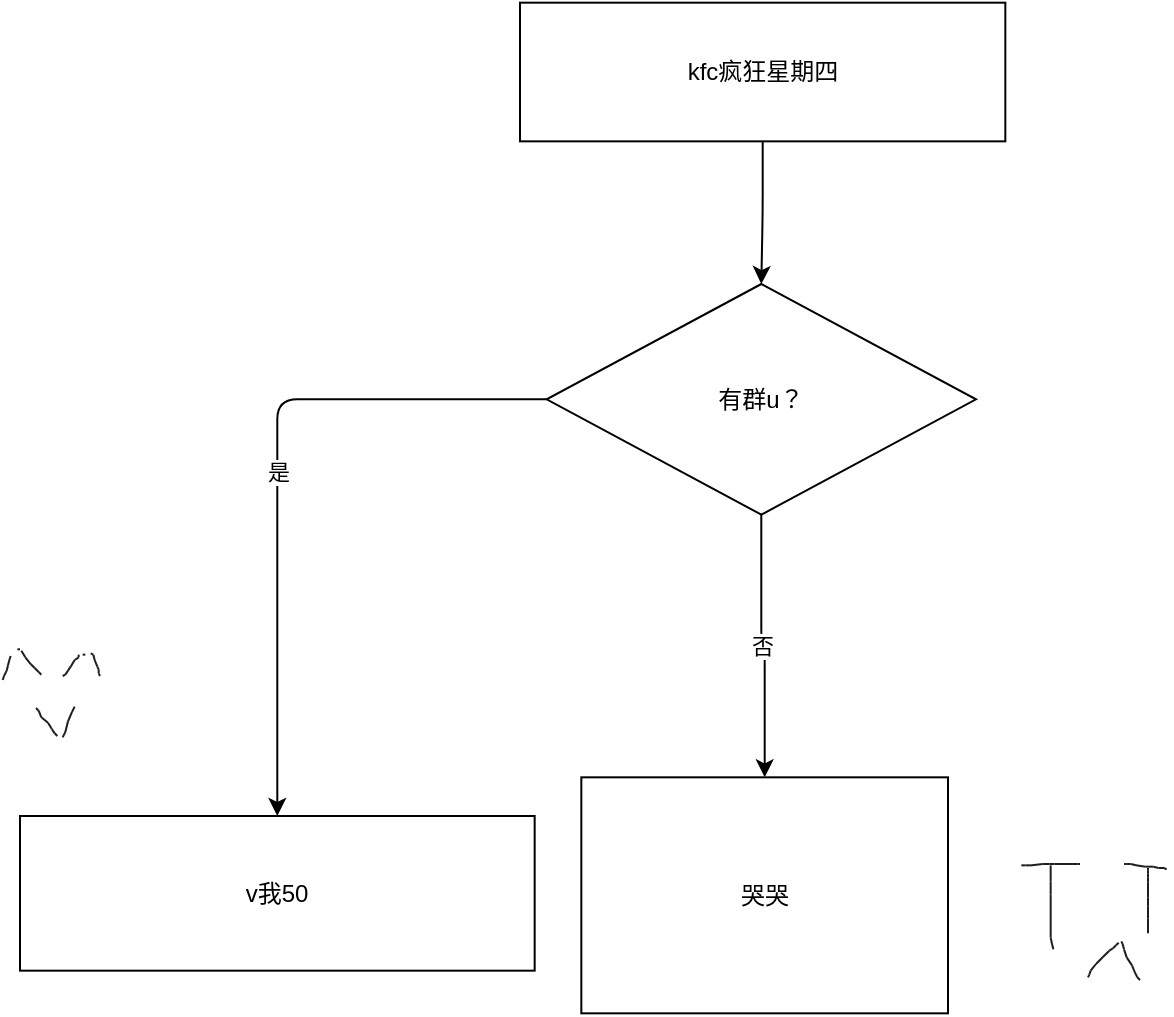
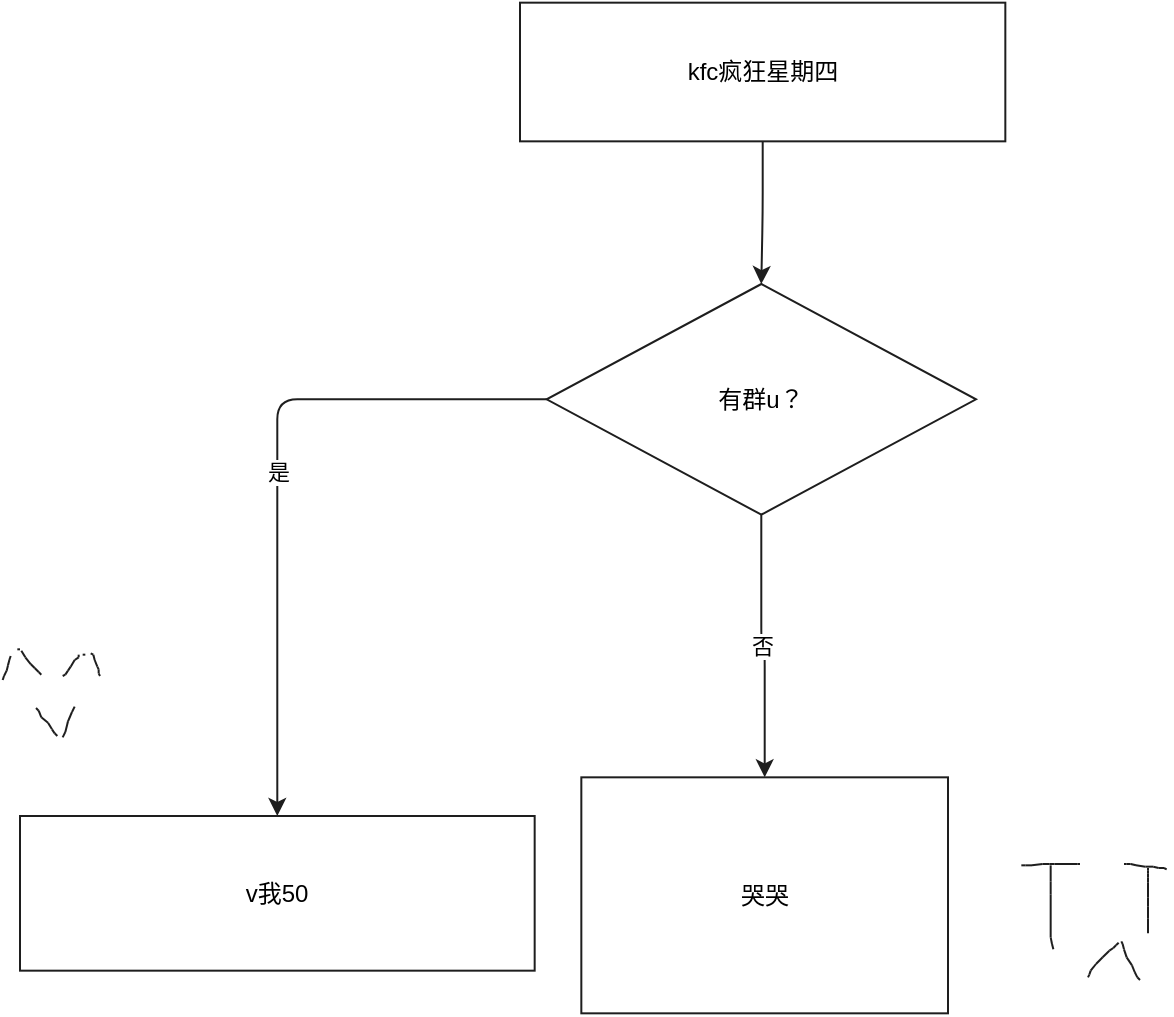
<mxfile host="graphmcp" agent="graphmcp/1.0" type="device">
  <diagram name="Page-1" id="d1">
    <mxGraphModel dx="800" dy="600" grid="1" gridSize="10" guides="1" tooltips="1" connect="1" arrows="1" fold="1" page="1" pageScale="1" pageWidth="1169" pageHeight="826" math="0" shadow="0">
      <root>
        <mxCell id="0"/>
        <mxCell id="1" parent="0"/>
-         <mxCell id="QGHtzW7MvDySRoxTS57Wr" value="kfc疯狂星期四" style="rounded=0;whiteSpace=wrap;html=1;" vertex="1" parent="1">
+         <mxCell id="QGHtzW7MvDySRoxTS57Wr" value="kfc疯狂星期四" style="rounded=0;whiteSpace=wrap;html=1;strokeColor=#1e1e1e;" vertex="1" parent="1">
          <mxGeometry x="605" y="161.333" width="242.667" height="69.3333" as="geometry"/>
        </mxCell>
-         <mxCell id="Ny5QjgOcDuE77g3vsTU3p" value="v我50" style="rounded=0;whiteSpace=wrap;html=1;" vertex="1" parent="1">
+         <mxCell id="Ny5QjgOcDuE77g3vsTU3p" value="v我50" style="rounded=0;whiteSpace=wrap;html=1;strokeColor=#1e1e1e;" vertex="1" parent="1">
          <mxGeometry x="355" y="568" width="257.333" height="77.3333" as="geometry"/>
        </mxCell>
-         <mxCell id="b4wZeVHo0n6NiLv7nKkLZ" value="有群u？" style="rhombus;whiteSpace=wrap;html=1;" vertex="1" parent="1">
+         <mxCell id="b4wZeVHo0n6NiLv7nKkLZ" value="有群u？" style="rhombus;whiteSpace=wrap;html=1;strokeColor=#1e1e1e;" vertex="1" parent="1">
          <mxGeometry x="618.333" y="302" width="214.667" height="115.333" as="geometry"/>
        </mxCell>
-         <mxCell id="pPn1kn_WRFnyiLvbKTmBB" value="哭哭" style="rounded=0;whiteSpace=wrap;html=1;" vertex="1" parent="1">
+         <mxCell id="pPn1kn_WRFnyiLvbKTmBB" value="哭哭" style="rounded=0;whiteSpace=wrap;html=1;strokeColor=#1e1e1e;" vertex="1" parent="1">
          <mxGeometry x="635.667" y="548.667" width="183.333" height="118" as="geometry"/>
        </mxCell>
-         <mxCell id="edge1" value="" style="edgeStyle=orthogonalEdgeStyle;rounded=1;html=1;" edge="1" parent="1" source="QGHtzW7MvDySRoxTS57Wr" target="b4wZeVHo0n6NiLv7nKkLZ">
+         <mxCell id="edge1" value="" style="edgeStyle=orthogonalEdgeStyle;rounded=1;html=1;strokeColor=#1e1e1e;" edge="1" parent="1" source="QGHtzW7MvDySRoxTS57Wr" target="b4wZeVHo0n6NiLv7nKkLZ">
          <mxGeometry relative="1" as="geometry"/>
        </mxCell>
-         <mxCell id="edge2" value="是" style="edgeStyle=orthogonalEdgeStyle;rounded=1;html=1;" edge="1" parent="1" source="b4wZeVHo0n6NiLv7nKkLZ" target="Ny5QjgOcDuE77g3vsTU3p">
+         <mxCell id="edge2" value="是" style="edgeStyle=orthogonalEdgeStyle;rounded=1;html=1;strokeColor=#1e1e1e;" edge="1" parent="1" source="b4wZeVHo0n6NiLv7nKkLZ" target="Ny5QjgOcDuE77g3vsTU3p">
          <mxGeometry relative="1" as="geometry"/>
        </mxCell>
-         <mxCell id="edge3" value="否" style="edgeStyle=orthogonalEdgeStyle;rounded=1;html=1;" edge="1" parent="1" source="b4wZeVHo0n6NiLv7nKkLZ" target="pPn1kn_WRFnyiLvbKTmBB">
+         <mxCell id="edge3" value="否" style="edgeStyle=orthogonalEdgeStyle;rounded=1;html=1;strokeColor=#1e1e1e;" edge="1" parent="1" source="b4wZeVHo0n6NiLv7nKkLZ" target="pPn1kn_WRFnyiLvbKTmBB">
+           <mxGeometry relative="1" as="geometry"/>
+         </mxCell>
+         <mxCell id="edge4" value="" style="edgeStyle=orthogonalEdgeStyle;rounded=1;html=1;strokeColor=#1e1e1e;" edge="1" parent="1" source="pTkFVKXU4VuPd9bq9gjbl" target="QGHtzW7MvDySRoxTS57Wr">
          <mxGeometry relative="1" as="geometry"/>
        </mxCell>
        <mxCell id="freedraw1" value="" style="endArrow=none;startArrow=none;html=1;rounded=0;curved=0;strokeColor=#1e1e1e;strokeWidth=1.000000;" edge="1" parent="1">
          <mxGeometry relative="1" as="geometry">
            <mxPoint x="855" y="592.667" as="sourcePoint"/>
            <mxPoint x="855.667" y="592.667" as="targetPoint"/>
          </mxGeometry>
        </mxCell>
        <mxCell id="freedraw2" value="" style="endArrow=none;startArrow=none;html=1;rounded=0;curved=0;strokeColor=#1e1e1e;strokeWidth=1.000000;" edge="1" parent="1">
          <mxGeometry relative="1" as="geometry">
            <mxPoint x="855.667" y="592.667" as="sourcePoint"/>
            <mxPoint x="857.667" y="592.667" as="targetPoint"/>
          </mxGeometry>
        </mxCell>
        <mxCell id="freedraw3" value="" style="endArrow=none;startArrow=none;html=1;rounded=0;curved=0;strokeColor=#1e1e1e;strokeWidth=1.000000;" edge="1" parent="1">
          <mxGeometry relative="1" as="geometry">
            <mxPoint x="857.667" y="592.667" as="sourcePoint"/>
            <mxPoint x="861" y="592.667" as="targetPoint"/>
          </mxGeometry>
        </mxCell>
        <mxCell id="freedraw4" value="" style="endArrow=none;startArrow=none;html=1;rounded=0;curved=0;strokeColor=#1e1e1e;strokeWidth=1.000000;" edge="1" parent="1">
          <mxGeometry relative="1" as="geometry">
            <mxPoint x="861" y="592.667" as="sourcePoint"/>
            <mxPoint x="866.333" y="592" as="targetPoint"/>
          </mxGeometry>
        </mxCell>
        <mxCell id="freedraw5" value="" style="endArrow=none;startArrow=none;html=1;rounded=0;curved=0;strokeColor=#1e1e1e;strokeWidth=1.000000;" edge="1" parent="1">
          <mxGeometry relative="1" as="geometry">
            <mxPoint x="866.333" y="592" as="sourcePoint"/>
            <mxPoint x="869.667" y="592" as="targetPoint"/>
          </mxGeometry>
        </mxCell>
        <mxCell id="freedraw6" value="" style="endArrow=none;startArrow=none;html=1;rounded=0;curved=0;strokeColor=#1e1e1e;strokeWidth=1.000000;" edge="1" parent="1">
          <mxGeometry relative="1" as="geometry">
            <mxPoint x="869.667" y="592" as="sourcePoint"/>
            <mxPoint x="872.333" y="592" as="targetPoint"/>
          </mxGeometry>
        </mxCell>
        <mxCell id="freedraw7" value="" style="endArrow=none;startArrow=none;html=1;rounded=0;curved=0;strokeColor=#1e1e1e;strokeWidth=1.000000;" edge="1" parent="1">
          <mxGeometry relative="1" as="geometry">
            <mxPoint x="872.333" y="592" as="sourcePoint"/>
            <mxPoint x="877" y="592" as="targetPoint"/>
          </mxGeometry>
        </mxCell>
        <mxCell id="freedraw8" value="" style="endArrow=none;startArrow=none;html=1;rounded=0;curved=0;strokeColor=#1e1e1e;strokeWidth=1.000000;" edge="1" parent="1">
          <mxGeometry relative="1" as="geometry">
            <mxPoint x="877" y="592" as="sourcePoint"/>
            <mxPoint x="881" y="592" as="targetPoint"/>
          </mxGeometry>
        </mxCell>
        <mxCell id="freedraw9" value="" style="endArrow=none;startArrow=none;html=1;rounded=0;curved=0;strokeColor=#1e1e1e;strokeWidth=1.000000;" edge="1" parent="1">
          <mxGeometry relative="1" as="geometry">
            <mxPoint x="881" y="592" as="sourcePoint"/>
            <mxPoint x="883.667" y="592" as="targetPoint"/>
          </mxGeometry>
        </mxCell>
        <mxCell id="freedraw10" value="" style="endArrow=none;startArrow=none;html=1;rounded=0;curved=0;strokeColor=#1e1e1e;strokeWidth=1.000000;" edge="1" parent="1">
          <mxGeometry relative="1" as="geometry">
            <mxPoint x="883.667" y="592" as="sourcePoint"/>
            <mxPoint x="885" y="592" as="targetPoint"/>
          </mxGeometry>
        </mxCell>
        <mxCell id="freedraw11" value="" style="endArrow=none;startArrow=none;html=1;rounded=0;curved=0;strokeColor=#1e1e1e;strokeWidth=1.000000;" edge="1" parent="1">
          <mxGeometry relative="1" as="geometry">
            <mxPoint x="885" y="592" as="sourcePoint"/>
            <mxPoint x="885.667" y="592" as="targetPoint"/>
          </mxGeometry>
        </mxCell>
        <mxCell id="freedraw12" value="" style="endArrow=none;startArrow=none;html=1;rounded=0;curved=0;strokeColor=#1e1e1e;strokeWidth=1.000000;" edge="1" parent="1">
          <mxGeometry relative="1" as="geometry">
            <mxPoint x="885.667" y="592" as="sourcePoint"/>
            <mxPoint x="885.667" y="592" as="targetPoint"/>
          </mxGeometry>
        </mxCell>
        <mxCell id="freedraw13" value="" style="endArrow=none;startArrow=none;html=1;rounded=0;curved=0;strokeColor=#1e1e1e;strokeWidth=1.000000;" edge="1" parent="1">
          <mxGeometry relative="1" as="geometry">
            <mxPoint x="870.333" y="592" as="sourcePoint"/>
            <mxPoint x="870.333" y="592.667" as="targetPoint"/>
          </mxGeometry>
        </mxCell>
        <mxCell id="freedraw14" value="" style="endArrow=none;startArrow=none;html=1;rounded=0;curved=0;strokeColor=#1e1e1e;strokeWidth=1.000000;" edge="1" parent="1">
          <mxGeometry relative="1" as="geometry">
            <mxPoint x="870.333" y="592.667" as="sourcePoint"/>
            <mxPoint x="870.333" y="596" as="targetPoint"/>
          </mxGeometry>
        </mxCell>
        <mxCell id="freedraw15" value="" style="endArrow=none;startArrow=none;html=1;rounded=0;curved=0;strokeColor=#1e1e1e;strokeWidth=1.000000;" edge="1" parent="1">
          <mxGeometry relative="1" as="geometry">
            <mxPoint x="870.333" y="596" as="sourcePoint"/>
            <mxPoint x="870.333" y="600.667" as="targetPoint"/>
          </mxGeometry>
        </mxCell>
        <mxCell id="freedraw16" value="" style="endArrow=none;startArrow=none;html=1;rounded=0;curved=0;strokeColor=#1e1e1e;strokeWidth=1.000000;" edge="1" parent="1">
          <mxGeometry relative="1" as="geometry">
            <mxPoint x="870.333" y="600.667" as="sourcePoint"/>
            <mxPoint x="870.333" y="607.333" as="targetPoint"/>
          </mxGeometry>
        </mxCell>
        <mxCell id="freedraw17" value="" style="endArrow=none;startArrow=none;html=1;rounded=0;curved=0;strokeColor=#1e1e1e;strokeWidth=1.000000;" edge="1" parent="1">
          <mxGeometry relative="1" as="geometry">
            <mxPoint x="870.333" y="607.333" as="sourcePoint"/>
            <mxPoint x="870.333" y="614" as="targetPoint"/>
          </mxGeometry>
        </mxCell>
        <mxCell id="freedraw18" value="" style="endArrow=none;startArrow=none;html=1;rounded=0;curved=0;strokeColor=#1e1e1e;strokeWidth=1.000000;" edge="1" parent="1">
          <mxGeometry relative="1" as="geometry">
            <mxPoint x="870.333" y="614" as="sourcePoint"/>
            <mxPoint x="870.333" y="622" as="targetPoint"/>
          </mxGeometry>
        </mxCell>
        <mxCell id="freedraw19" value="" style="endArrow=none;startArrow=none;html=1;rounded=0;curved=0;strokeColor=#1e1e1e;strokeWidth=1.000000;" edge="1" parent="1">
          <mxGeometry relative="1" as="geometry">
            <mxPoint x="870.333" y="622" as="sourcePoint"/>
            <mxPoint x="870.333" y="628.667" as="targetPoint"/>
          </mxGeometry>
        </mxCell>
        <mxCell id="freedraw20" value="" style="endArrow=none;startArrow=none;html=1;rounded=0;curved=0;strokeColor=#1e1e1e;strokeWidth=1.000000;" edge="1" parent="1">
          <mxGeometry relative="1" as="geometry">
            <mxPoint x="870.333" y="628.667" as="sourcePoint"/>
            <mxPoint x="871" y="632" as="targetPoint"/>
          </mxGeometry>
        </mxCell>
        <mxCell id="freedraw21" value="" style="endArrow=none;startArrow=none;html=1;rounded=0;curved=0;strokeColor=#1e1e1e;strokeWidth=1.000000;" edge="1" parent="1">
          <mxGeometry relative="1" as="geometry">
            <mxPoint x="871" y="632" as="sourcePoint"/>
            <mxPoint x="871.667" y="634.667" as="targetPoint"/>
          </mxGeometry>
        </mxCell>
        <mxCell id="freedraw22" value="" style="endArrow=none;startArrow=none;html=1;rounded=0;curved=0;strokeColor=#1e1e1e;strokeWidth=1.000000;" edge="1" parent="1">
          <mxGeometry relative="1" as="geometry">
            <mxPoint x="871.667" y="634.667" as="sourcePoint"/>
            <mxPoint x="871.667" y="635.333" as="targetPoint"/>
          </mxGeometry>
        </mxCell>
        <mxCell id="freedraw23" value="" style="endArrow=none;startArrow=none;html=1;rounded=0;curved=0;strokeColor=#1e1e1e;strokeWidth=1.000000;" edge="1" parent="1">
          <mxGeometry relative="1" as="geometry">
            <mxPoint x="871.667" y="635.333" as="sourcePoint"/>
            <mxPoint x="871.667" y="635.333" as="targetPoint"/>
          </mxGeometry>
        </mxCell>
        <mxCell id="freedraw24" value="" style="endArrow=none;startArrow=none;html=1;rounded=0;curved=0;strokeColor=#1e1e1e;strokeWidth=1.000000;" edge="1" parent="1">
          <mxGeometry relative="1" as="geometry">
            <mxPoint x="906.333" y="592" as="sourcePoint"/>
            <mxPoint x="907" y="592" as="targetPoint"/>
          </mxGeometry>
        </mxCell>
        <mxCell id="freedraw25" value="" style="endArrow=none;startArrow=none;html=1;rounded=0;curved=0;strokeColor=#1e1e1e;strokeWidth=1.000000;" edge="1" parent="1">
          <mxGeometry relative="1" as="geometry">
            <mxPoint x="907" y="592" as="sourcePoint"/>
            <mxPoint x="908.333" y="592" as="targetPoint"/>
          </mxGeometry>
        </mxCell>
        <mxCell id="freedraw26" value="" style="endArrow=none;startArrow=none;html=1;rounded=0;curved=0;strokeColor=#1e1e1e;strokeWidth=1.000000;" edge="1" parent="1">
          <mxGeometry relative="1" as="geometry">
            <mxPoint x="908.333" y="592" as="sourcePoint"/>
            <mxPoint x="910.333" y="592" as="targetPoint"/>
          </mxGeometry>
        </mxCell>
        <mxCell id="freedraw27" value="" style="endArrow=none;startArrow=none;html=1;rounded=0;curved=0;strokeColor=#1e1e1e;strokeWidth=1.000000;" edge="1" parent="1">
          <mxGeometry relative="1" as="geometry">
            <mxPoint x="910.333" y="592" as="sourcePoint"/>
            <mxPoint x="913" y="592.667" as="targetPoint"/>
          </mxGeometry>
        </mxCell>
        <mxCell id="freedraw28" value="" style="endArrow=none;startArrow=none;html=1;rounded=0;curved=0;strokeColor=#1e1e1e;strokeWidth=1.000000;" edge="1" parent="1">
          <mxGeometry relative="1" as="geometry">
            <mxPoint x="913" y="592.667" as="sourcePoint"/>
            <mxPoint x="917.667" y="593.333" as="targetPoint"/>
          </mxGeometry>
        </mxCell>
        <mxCell id="freedraw29" value="" style="endArrow=none;startArrow=none;html=1;rounded=0;curved=0;strokeColor=#1e1e1e;strokeWidth=1.000000;" edge="1" parent="1">
          <mxGeometry relative="1" as="geometry">
            <mxPoint x="917.667" y="593.333" as="sourcePoint"/>
            <mxPoint x="921.667" y="593.333" as="targetPoint"/>
          </mxGeometry>
        </mxCell>
        <mxCell id="freedraw30" value="" style="endArrow=none;startArrow=none;html=1;rounded=0;curved=0;strokeColor=#1e1e1e;strokeWidth=1.000000;" edge="1" parent="1">
          <mxGeometry relative="1" as="geometry">
            <mxPoint x="921.667" y="593.333" as="sourcePoint"/>
            <mxPoint x="924.333" y="594" as="targetPoint"/>
          </mxGeometry>
        </mxCell>
        <mxCell id="freedraw31" value="" style="endArrow=none;startArrow=none;html=1;rounded=0;curved=0;strokeColor=#1e1e1e;strokeWidth=1.000000;" edge="1" parent="1">
          <mxGeometry relative="1" as="geometry">
            <mxPoint x="924.333" y="594" as="sourcePoint"/>
            <mxPoint x="927" y="594" as="targetPoint"/>
          </mxGeometry>
        </mxCell>
        <mxCell id="freedraw32" value="" style="endArrow=none;startArrow=none;html=1;rounded=0;curved=0;strokeColor=#1e1e1e;strokeWidth=1.000000;" edge="1" parent="1">
          <mxGeometry relative="1" as="geometry">
            <mxPoint x="927" y="594" as="sourcePoint"/>
            <mxPoint x="928.333" y="594.667" as="targetPoint"/>
          </mxGeometry>
        </mxCell>
        <mxCell id="freedraw33" value="" style="endArrow=none;startArrow=none;html=1;rounded=0;curved=0;strokeColor=#1e1e1e;strokeWidth=1.000000;" edge="1" parent="1">
          <mxGeometry relative="1" as="geometry">
            <mxPoint x="928.333" y="594.667" as="sourcePoint"/>
            <mxPoint x="929" y="594.667" as="targetPoint"/>
          </mxGeometry>
        </mxCell>
        <mxCell id="freedraw34" value="" style="endArrow=none;startArrow=none;html=1;rounded=0;curved=0;strokeColor=#1e1e1e;strokeWidth=1.000000;" edge="1" parent="1">
          <mxGeometry relative="1" as="geometry">
            <mxPoint x="929" y="594.667" as="sourcePoint"/>
            <mxPoint x="929" y="594.667" as="targetPoint"/>
          </mxGeometry>
        </mxCell>
        <mxCell id="freedraw35" value="" style="endArrow=none;startArrow=none;html=1;rounded=0;curved=0;strokeColor=#1e1e1e;strokeWidth=1.000000;" edge="1" parent="1">
          <mxGeometry relative="1" as="geometry">
            <mxPoint x="919" y="594" as="sourcePoint"/>
            <mxPoint x="919" y="595.333" as="targetPoint"/>
          </mxGeometry>
        </mxCell>
        <mxCell id="freedraw36" value="" style="endArrow=none;startArrow=none;html=1;rounded=0;curved=0;strokeColor=#1e1e1e;strokeWidth=1.000000;" edge="1" parent="1">
          <mxGeometry relative="1" as="geometry">
            <mxPoint x="919" y="595.333" as="sourcePoint"/>
            <mxPoint x="919" y="596.667" as="targetPoint"/>
          </mxGeometry>
        </mxCell>
        <mxCell id="freedraw37" value="" style="endArrow=none;startArrow=none;html=1;rounded=0;curved=0;strokeColor=#1e1e1e;strokeWidth=1.000000;" edge="1" parent="1">
          <mxGeometry relative="1" as="geometry">
            <mxPoint x="919" y="596.667" as="sourcePoint"/>
            <mxPoint x="919" y="598.667" as="targetPoint"/>
          </mxGeometry>
        </mxCell>
        <mxCell id="freedraw38" value="" style="endArrow=none;startArrow=none;html=1;rounded=0;curved=0;strokeColor=#1e1e1e;strokeWidth=1.000000;" edge="1" parent="1">
          <mxGeometry relative="1" as="geometry">
            <mxPoint x="919" y="598.667" as="sourcePoint"/>
            <mxPoint x="919" y="601.333" as="targetPoint"/>
          </mxGeometry>
        </mxCell>
        <mxCell id="freedraw39" value="" style="endArrow=none;startArrow=none;html=1;rounded=0;curved=0;strokeColor=#1e1e1e;strokeWidth=1.000000;" edge="1" parent="1">
          <mxGeometry relative="1" as="geometry">
            <mxPoint x="919" y="601.333" as="sourcePoint"/>
            <mxPoint x="919" y="604" as="targetPoint"/>
          </mxGeometry>
        </mxCell>
        <mxCell id="freedraw40" value="" style="endArrow=none;startArrow=none;html=1;rounded=0;curved=0;strokeColor=#1e1e1e;strokeWidth=1.000000;" edge="1" parent="1">
          <mxGeometry relative="1" as="geometry">
            <mxPoint x="919" y="604" as="sourcePoint"/>
            <mxPoint x="919" y="608.667" as="targetPoint"/>
          </mxGeometry>
        </mxCell>
        <mxCell id="freedraw41" value="" style="endArrow=none;startArrow=none;html=1;rounded=0;curved=0;strokeColor=#1e1e1e;strokeWidth=1.000000;" edge="1" parent="1">
          <mxGeometry relative="1" as="geometry">
            <mxPoint x="919" y="608.667" as="sourcePoint"/>
            <mxPoint x="919" y="613.333" as="targetPoint"/>
          </mxGeometry>
        </mxCell>
        <mxCell id="freedraw42" value="" style="endArrow=none;startArrow=none;html=1;rounded=0;curved=0;strokeColor=#1e1e1e;strokeWidth=1.000000;" edge="1" parent="1">
          <mxGeometry relative="1" as="geometry">
            <mxPoint x="919" y="613.333" as="sourcePoint"/>
            <mxPoint x="919" y="619.333" as="targetPoint"/>
          </mxGeometry>
        </mxCell>
        <mxCell id="freedraw43" value="" style="endArrow=none;startArrow=none;html=1;rounded=0;curved=0;strokeColor=#1e1e1e;strokeWidth=1.000000;" edge="1" parent="1">
          <mxGeometry relative="1" as="geometry">
            <mxPoint x="919" y="619.333" as="sourcePoint"/>
            <mxPoint x="919" y="624" as="targetPoint"/>
          </mxGeometry>
        </mxCell>
        <mxCell id="freedraw44" value="" style="endArrow=none;startArrow=none;html=1;rounded=0;curved=0;strokeColor=#1e1e1e;strokeWidth=1.000000;" edge="1" parent="1">
          <mxGeometry relative="1" as="geometry">
            <mxPoint x="919" y="624" as="sourcePoint"/>
            <mxPoint x="919" y="626.667" as="targetPoint"/>
          </mxGeometry>
        </mxCell>
        <mxCell id="freedraw45" value="" style="endArrow=none;startArrow=none;html=1;rounded=0;curved=0;strokeColor=#1e1e1e;strokeWidth=1.000000;" edge="1" parent="1">
          <mxGeometry relative="1" as="geometry">
            <mxPoint x="919" y="626.667" as="sourcePoint"/>
            <mxPoint x="919" y="627.333" as="targetPoint"/>
          </mxGeometry>
        </mxCell>
        <mxCell id="freedraw46" value="" style="endArrow=none;startArrow=none;html=1;rounded=0;curved=0;strokeColor=#1e1e1e;strokeWidth=1.000000;" edge="1" parent="1">
          <mxGeometry relative="1" as="geometry">
            <mxPoint x="919" y="627.333" as="sourcePoint"/>
            <mxPoint x="919" y="627.333" as="targetPoint"/>
          </mxGeometry>
        </mxCell>
        <mxCell id="freedraw47" value="" style="endArrow=none;startArrow=none;html=1;rounded=0;curved=0;strokeColor=#1e1e1e;strokeWidth=1.000000;" edge="1" parent="1">
          <mxGeometry relative="1" as="geometry">
            <mxPoint x="888.333" y="649.333" as="sourcePoint"/>
            <mxPoint x="889" y="648.667" as="targetPoint"/>
          </mxGeometry>
        </mxCell>
        <mxCell id="freedraw48" value="" style="endArrow=none;startArrow=none;html=1;rounded=0;curved=0;strokeColor=#1e1e1e;strokeWidth=1.000000;" edge="1" parent="1">
          <mxGeometry relative="1" as="geometry">
            <mxPoint x="889" y="648.667" as="sourcePoint"/>
            <mxPoint x="889.667" y="647.333" as="targetPoint"/>
          </mxGeometry>
        </mxCell>
        <mxCell id="freedraw49" value="" style="endArrow=none;startArrow=none;html=1;rounded=0;curved=0;strokeColor=#1e1e1e;strokeWidth=1.000000;" edge="1" parent="1">
          <mxGeometry relative="1" as="geometry">
            <mxPoint x="889.667" y="647.333" as="sourcePoint"/>
            <mxPoint x="890.333" y="645.333" as="targetPoint"/>
          </mxGeometry>
        </mxCell>
        <mxCell id="freedraw50" value="" style="endArrow=none;startArrow=none;html=1;rounded=0;curved=0;strokeColor=#1e1e1e;strokeWidth=1.000000;" edge="1" parent="1">
          <mxGeometry relative="1" as="geometry">
            <mxPoint x="890.333" y="645.333" as="sourcePoint"/>
            <mxPoint x="893" y="642" as="targetPoint"/>
          </mxGeometry>
        </mxCell>
        <mxCell id="freedraw51" value="" style="endArrow=none;startArrow=none;html=1;rounded=0;curved=0;strokeColor=#1e1e1e;strokeWidth=1.000000;" edge="1" parent="1">
          <mxGeometry relative="1" as="geometry">
            <mxPoint x="893" y="642" as="sourcePoint"/>
            <mxPoint x="896.333" y="638.667" as="targetPoint"/>
          </mxGeometry>
        </mxCell>
        <mxCell id="freedraw52" value="" style="endArrow=none;startArrow=none;html=1;rounded=0;curved=0;strokeColor=#1e1e1e;strokeWidth=1.000000;" edge="1" parent="1">
          <mxGeometry relative="1" as="geometry">
            <mxPoint x="896.333" y="638.667" as="sourcePoint"/>
            <mxPoint x="899.667" y="635.333" as="targetPoint"/>
          </mxGeometry>
        </mxCell>
        <mxCell id="freedraw53" value="" style="endArrow=none;startArrow=none;html=1;rounded=0;curved=0;strokeColor=#1e1e1e;strokeWidth=1.000000;" edge="1" parent="1">
          <mxGeometry relative="1" as="geometry">
            <mxPoint x="899.667" y="635.333" as="sourcePoint"/>
            <mxPoint x="901.667" y="634" as="targetPoint"/>
          </mxGeometry>
        </mxCell>
        <mxCell id="freedraw54" value="" style="endArrow=none;startArrow=none;html=1;rounded=0;curved=0;strokeColor=#1e1e1e;strokeWidth=1.000000;" edge="1" parent="1">
          <mxGeometry relative="1" as="geometry">
            <mxPoint x="901.667" y="634" as="sourcePoint"/>
            <mxPoint x="903" y="632.667" as="targetPoint"/>
          </mxGeometry>
        </mxCell>
        <mxCell id="freedraw55" value="" style="endArrow=none;startArrow=none;html=1;rounded=0;curved=0;strokeColor=#1e1e1e;strokeWidth=1.000000;" edge="1" parent="1">
          <mxGeometry relative="1" as="geometry">
            <mxPoint x="903" y="632.667" as="sourcePoint"/>
            <mxPoint x="904.333" y="631.333" as="targetPoint"/>
          </mxGeometry>
        </mxCell>
        <mxCell id="freedraw56" value="" style="endArrow=none;startArrow=none;html=1;rounded=0;curved=0;strokeColor=#1e1e1e;strokeWidth=1.000000;" edge="1" parent="1">
          <mxGeometry relative="1" as="geometry">
            <mxPoint x="904.333" y="631.333" as="sourcePoint"/>
            <mxPoint x="905" y="630.667" as="targetPoint"/>
          </mxGeometry>
        </mxCell>
        <mxCell id="freedraw57" value="" style="endArrow=none;startArrow=none;html=1;rounded=0;curved=0;strokeColor=#1e1e1e;strokeWidth=1.000000;" edge="1" parent="1">
          <mxGeometry relative="1" as="geometry">
            <mxPoint x="905" y="630.667" as="sourcePoint"/>
            <mxPoint x="905.667" y="630.667" as="targetPoint"/>
          </mxGeometry>
        </mxCell>
        <mxCell id="freedraw58" value="" style="endArrow=none;startArrow=none;html=1;rounded=0;curved=0;strokeColor=#1e1e1e;strokeWidth=1.000000;" edge="1" parent="1">
          <mxGeometry relative="1" as="geometry">
            <mxPoint x="905.667" y="630.667" as="sourcePoint"/>
            <mxPoint x="906.333" y="632" as="targetPoint"/>
          </mxGeometry>
        </mxCell>
        <mxCell id="freedraw59" value="" style="endArrow=none;startArrow=none;html=1;rounded=0;curved=0;strokeColor=#1e1e1e;strokeWidth=1.000000;" edge="1" parent="1">
          <mxGeometry relative="1" as="geometry">
            <mxPoint x="906.333" y="632" as="sourcePoint"/>
            <mxPoint x="907" y="634.667" as="targetPoint"/>
          </mxGeometry>
        </mxCell>
        <mxCell id="freedraw60" value="" style="endArrow=none;startArrow=none;html=1;rounded=0;curved=0;strokeColor=#1e1e1e;strokeWidth=1.000000;" edge="1" parent="1">
          <mxGeometry relative="1" as="geometry">
            <mxPoint x="907" y="634.667" as="sourcePoint"/>
            <mxPoint x="908.333" y="638.667" as="targetPoint"/>
          </mxGeometry>
        </mxCell>
        <mxCell id="freedraw61" value="" style="endArrow=none;startArrow=none;html=1;rounded=0;curved=0;strokeColor=#1e1e1e;strokeWidth=1.000000;" edge="1" parent="1">
          <mxGeometry relative="1" as="geometry">
            <mxPoint x="908.333" y="638.667" as="sourcePoint"/>
            <mxPoint x="911" y="642.667" as="targetPoint"/>
          </mxGeometry>
        </mxCell>
        <mxCell id="freedraw62" value="" style="endArrow=none;startArrow=none;html=1;rounded=0;curved=0;strokeColor=#1e1e1e;strokeWidth=1.000000;" edge="1" parent="1">
          <mxGeometry relative="1" as="geometry">
            <mxPoint x="911" y="642.667" as="sourcePoint"/>
            <mxPoint x="912.333" y="646" as="targetPoint"/>
          </mxGeometry>
        </mxCell>
        <mxCell id="freedraw63" value="" style="endArrow=none;startArrow=none;html=1;rounded=0;curved=0;strokeColor=#1e1e1e;strokeWidth=1.000000;" edge="1" parent="1">
          <mxGeometry relative="1" as="geometry">
            <mxPoint x="912.333" y="646" as="sourcePoint"/>
            <mxPoint x="913.667" y="648.667" as="targetPoint"/>
          </mxGeometry>
        </mxCell>
        <mxCell id="freedraw64" value="" style="endArrow=none;startArrow=none;html=1;rounded=0;curved=0;strokeColor=#1e1e1e;strokeWidth=1.000000;" edge="1" parent="1">
          <mxGeometry relative="1" as="geometry">
            <mxPoint x="913.667" y="648.667" as="sourcePoint"/>
            <mxPoint x="915" y="650" as="targetPoint"/>
          </mxGeometry>
        </mxCell>
        <mxCell id="freedraw65" value="" style="endArrow=none;startArrow=none;html=1;rounded=0;curved=0;strokeColor=#1e1e1e;strokeWidth=1.000000;" edge="1" parent="1">
          <mxGeometry relative="1" as="geometry">
            <mxPoint x="915" y="650" as="sourcePoint"/>
            <mxPoint x="915" y="650.667" as="targetPoint"/>
          </mxGeometry>
        </mxCell>
        <mxCell id="freedraw66" value="" style="endArrow=none;startArrow=none;html=1;rounded=0;curved=0;strokeColor=#1e1e1e;strokeWidth=1.000000;" edge="1" parent="1">
          <mxGeometry relative="1" as="geometry">
            <mxPoint x="915" y="650.667" as="sourcePoint"/>
            <mxPoint x="915" y="650.667" as="targetPoint"/>
          </mxGeometry>
        </mxCell>
        <mxCell id="freedraw67" value="" style="endArrow=none;startArrow=none;html=1;rounded=0;curved=0;strokeColor=#1e1e1e;strokeWidth=1.000000;" edge="1" parent="1">
          <mxGeometry relative="1" as="geometry">
            <mxPoint x="345.667" y="501.333" as="sourcePoint"/>
            <mxPoint x="345.667" y="500.667" as="targetPoint"/>
          </mxGeometry>
        </mxCell>
        <mxCell id="freedraw68" value="" style="endArrow=none;startArrow=none;html=1;rounded=0;curved=0;strokeColor=#1e1e1e;strokeWidth=1.000000;" edge="1" parent="1">
          <mxGeometry relative="1" as="geometry">
            <mxPoint x="345.667" y="500.667" as="sourcePoint"/>
            <mxPoint x="346.333" y="500" as="targetPoint"/>
          </mxGeometry>
        </mxCell>
        <mxCell id="freedraw69" value="" style="endArrow=none;startArrow=none;html=1;rounded=0;curved=0;strokeColor=#1e1e1e;strokeWidth=1.000000;" edge="1" parent="1">
          <mxGeometry relative="1" as="geometry">
            <mxPoint x="346.333" y="500" as="sourcePoint"/>
            <mxPoint x="347" y="498" as="targetPoint"/>
          </mxGeometry>
        </mxCell>
        <mxCell id="freedraw70" value="" style="endArrow=none;startArrow=none;html=1;rounded=0;curved=0;strokeColor=#1e1e1e;strokeWidth=1.000000;" edge="1" parent="1">
          <mxGeometry relative="1" as="geometry">
            <mxPoint x="347" y="498" as="sourcePoint"/>
            <mxPoint x="348.333" y="495.333" as="targetPoint"/>
          </mxGeometry>
        </mxCell>
        <mxCell id="freedraw71" value="" style="endArrow=none;startArrow=none;html=1;rounded=0;curved=0;strokeColor=#1e1e1e;strokeWidth=1.000000;" edge="1" parent="1">
          <mxGeometry relative="1" as="geometry">
            <mxPoint x="348.333" y="495.333" as="sourcePoint"/>
            <mxPoint x="349" y="492.667" as="targetPoint"/>
          </mxGeometry>
        </mxCell>
        <mxCell id="freedraw72" value="" style="endArrow=none;startArrow=none;html=1;rounded=0;curved=0;strokeColor=#1e1e1e;strokeWidth=1.000000;" edge="1" parent="1">
          <mxGeometry relative="1" as="geometry">
            <mxPoint x="349" y="492.667" as="sourcePoint"/>
            <mxPoint x="349.667" y="490" as="targetPoint"/>
          </mxGeometry>
        </mxCell>
        <mxCell id="freedraw73" value="" style="endArrow=none;startArrow=none;html=1;rounded=0;curved=0;strokeColor=#1e1e1e;strokeWidth=1.000000;" edge="1" parent="1">
          <mxGeometry relative="1" as="geometry">
            <mxPoint x="349.667" y="490" as="sourcePoint"/>
            <mxPoint x="350.333" y="488" as="targetPoint"/>
          </mxGeometry>
        </mxCell>
        <mxCell id="freedraw74" value="" style="endArrow=none;startArrow=none;html=1;rounded=0;curved=0;strokeColor=#1e1e1e;strokeWidth=1.000000;" edge="1" parent="1">
          <mxGeometry relative="1" as="geometry">
            <mxPoint x="350.333" y="488" as="sourcePoint"/>
            <mxPoint x="351" y="487.333" as="targetPoint"/>
          </mxGeometry>
        </mxCell>
        <mxCell id="freedraw75" value="" style="endArrow=none;startArrow=none;html=1;rounded=0;curved=0;strokeColor=#1e1e1e;strokeWidth=1.000000;" edge="1" parent="1">
          <mxGeometry relative="1" as="geometry">
            <mxPoint x="351" y="487.333" as="sourcePoint"/>
            <mxPoint x="351" y="486.667" as="targetPoint"/>
          </mxGeometry>
        </mxCell>
        <mxCell id="freedraw76" value="" style="endArrow=none;startArrow=none;html=1;rounded=0;curved=0;strokeColor=#1e1e1e;strokeWidth=1.000000;" edge="1" parent="1">
          <mxGeometry relative="1" as="geometry">
            <mxPoint x="351" y="486.667" as="sourcePoint"/>
            <mxPoint x="351.667" y="486" as="targetPoint"/>
          </mxGeometry>
        </mxCell>
        <mxCell id="freedraw77" value="" style="endArrow=none;startArrow=none;html=1;rounded=0;curved=0;strokeColor=#1e1e1e;strokeWidth=1.000000;" edge="1" parent="1">
          <mxGeometry relative="1" as="geometry">
            <mxPoint x="351.667" y="486" as="sourcePoint"/>
            <mxPoint x="351.667" y="485.333" as="targetPoint"/>
          </mxGeometry>
        </mxCell>
        <mxCell id="freedraw78" value="" style="endArrow=none;startArrow=none;html=1;rounded=0;curved=0;strokeColor=#1e1e1e;strokeWidth=1.000000;" edge="1" parent="1">
          <mxGeometry relative="1" as="geometry">
            <mxPoint x="351.667" y="485.333" as="sourcePoint"/>
            <mxPoint x="351.667" y="484.667" as="targetPoint"/>
          </mxGeometry>
        </mxCell>
        <mxCell id="freedraw79" value="" style="endArrow=none;startArrow=none;html=1;rounded=0;curved=0;strokeColor=#1e1e1e;strokeWidth=1.000000;" edge="1" parent="1">
          <mxGeometry relative="1" as="geometry">
            <mxPoint x="351.667" y="484.667" as="sourcePoint"/>
            <mxPoint x="352.333" y="484.667" as="targetPoint"/>
          </mxGeometry>
        </mxCell>
        <mxCell id="freedraw80" value="" style="endArrow=none;startArrow=none;html=1;rounded=0;curved=0;strokeColor=#1e1e1e;strokeWidth=1.000000;" edge="1" parent="1">
          <mxGeometry relative="1" as="geometry">
            <mxPoint x="352.333" y="484.667" as="sourcePoint"/>
            <mxPoint x="353" y="484.667" as="targetPoint"/>
          </mxGeometry>
        </mxCell>
        <mxCell id="freedraw81" value="" style="endArrow=none;startArrow=none;html=1;rounded=0;curved=0;strokeColor=#1e1e1e;strokeWidth=1.000000;" edge="1" parent="1">
          <mxGeometry relative="1" as="geometry">
            <mxPoint x="353" y="484.667" as="sourcePoint"/>
            <mxPoint x="353.667" y="484.667" as="targetPoint"/>
          </mxGeometry>
        </mxCell>
        <mxCell id="freedraw82" value="" style="endArrow=none;startArrow=none;html=1;rounded=0;curved=0;strokeColor=#1e1e1e;strokeWidth=1.000000;" edge="1" parent="1">
          <mxGeometry relative="1" as="geometry">
            <mxPoint x="353.667" y="484.667" as="sourcePoint"/>
            <mxPoint x="355" y="484.667" as="targetPoint"/>
          </mxGeometry>
        </mxCell>
        <mxCell id="freedraw83" value="" style="endArrow=none;startArrow=none;html=1;rounded=0;curved=0;strokeColor=#1e1e1e;strokeWidth=1.000000;" edge="1" parent="1">
          <mxGeometry relative="1" as="geometry">
            <mxPoint x="355" y="484.667" as="sourcePoint"/>
            <mxPoint x="355.667" y="485.333" as="targetPoint"/>
          </mxGeometry>
        </mxCell>
        <mxCell id="freedraw84" value="" style="endArrow=none;startArrow=none;html=1;rounded=0;curved=0;strokeColor=#1e1e1e;strokeWidth=1.000000;" edge="1" parent="1">
          <mxGeometry relative="1" as="geometry">
            <mxPoint x="355.667" y="485.333" as="sourcePoint"/>
            <mxPoint x="357.667" y="488.667" as="targetPoint"/>
          </mxGeometry>
        </mxCell>
        <mxCell id="freedraw85" value="" style="endArrow=none;startArrow=none;html=1;rounded=0;curved=0;strokeColor=#1e1e1e;strokeWidth=1.000000;" edge="1" parent="1">
          <mxGeometry relative="1" as="geometry">
            <mxPoint x="357.667" y="488.667" as="sourcePoint"/>
            <mxPoint x="360.333" y="492" as="targetPoint"/>
          </mxGeometry>
        </mxCell>
        <mxCell id="freedraw86" value="" style="endArrow=none;startArrow=none;html=1;rounded=0;curved=0;strokeColor=#1e1e1e;strokeWidth=1.000000;" edge="1" parent="1">
          <mxGeometry relative="1" as="geometry">
            <mxPoint x="360.333" y="492" as="sourcePoint"/>
            <mxPoint x="362.333" y="494" as="targetPoint"/>
          </mxGeometry>
        </mxCell>
        <mxCell id="freedraw87" value="" style="endArrow=none;startArrow=none;html=1;rounded=0;curved=0;strokeColor=#1e1e1e;strokeWidth=1.000000;" edge="1" parent="1">
          <mxGeometry relative="1" as="geometry">
            <mxPoint x="362.333" y="494" as="sourcePoint"/>
            <mxPoint x="364.333" y="496" as="targetPoint"/>
          </mxGeometry>
        </mxCell>
        <mxCell id="freedraw88" value="" style="endArrow=none;startArrow=none;html=1;rounded=0;curved=0;strokeColor=#1e1e1e;strokeWidth=1.000000;" edge="1" parent="1">
          <mxGeometry relative="1" as="geometry">
            <mxPoint x="364.333" y="496" as="sourcePoint"/>
            <mxPoint x="365.667" y="497.333" as="targetPoint"/>
          </mxGeometry>
        </mxCell>
        <mxCell id="freedraw89" value="" style="endArrow=none;startArrow=none;html=1;rounded=0;curved=0;strokeColor=#1e1e1e;strokeWidth=1.000000;" edge="1" parent="1">
          <mxGeometry relative="1" as="geometry">
            <mxPoint x="365.667" y="497.333" as="sourcePoint"/>
            <mxPoint x="366.333" y="498" as="targetPoint"/>
          </mxGeometry>
        </mxCell>
        <mxCell id="freedraw90" value="" style="endArrow=none;startArrow=none;html=1;rounded=0;curved=0;strokeColor=#1e1e1e;strokeWidth=1.000000;" edge="1" parent="1">
          <mxGeometry relative="1" as="geometry">
            <mxPoint x="366.333" y="498" as="sourcePoint"/>
            <mxPoint x="366.333" y="498" as="targetPoint"/>
          </mxGeometry>
        </mxCell>
        <mxCell id="freedraw91" value="" style="endArrow=none;startArrow=none;html=1;rounded=0;curved=0;strokeColor=#1e1e1e;strokeWidth=1.000000;" edge="1" parent="1">
          <mxGeometry relative="1" as="geometry">
            <mxPoint x="376.333" y="498" as="sourcePoint"/>
            <mxPoint x="377.667" y="497.333" as="targetPoint"/>
          </mxGeometry>
        </mxCell>
        <mxCell id="freedraw92" value="" style="endArrow=none;startArrow=none;html=1;rounded=0;curved=0;strokeColor=#1e1e1e;strokeWidth=1.000000;" edge="1" parent="1">
          <mxGeometry relative="1" as="geometry">
            <mxPoint x="377.667" y="497.333" as="sourcePoint"/>
            <mxPoint x="379" y="495.333" as="targetPoint"/>
          </mxGeometry>
        </mxCell>
        <mxCell id="freedraw93" value="" style="endArrow=none;startArrow=none;html=1;rounded=0;curved=0;strokeColor=#1e1e1e;strokeWidth=1.000000;" edge="1" parent="1">
          <mxGeometry relative="1" as="geometry">
            <mxPoint x="379" y="495.333" as="sourcePoint"/>
            <mxPoint x="380.333" y="493.333" as="targetPoint"/>
          </mxGeometry>
        </mxCell>
        <mxCell id="freedraw94" value="" style="endArrow=none;startArrow=none;html=1;rounded=0;curved=0;strokeColor=#1e1e1e;strokeWidth=1.000000;" edge="1" parent="1">
          <mxGeometry relative="1" as="geometry">
            <mxPoint x="380.333" y="493.333" as="sourcePoint"/>
            <mxPoint x="382.333" y="490" as="targetPoint"/>
          </mxGeometry>
        </mxCell>
        <mxCell id="freedraw95" value="" style="endArrow=none;startArrow=none;html=1;rounded=0;curved=0;strokeColor=#1e1e1e;strokeWidth=1.000000;" edge="1" parent="1">
          <mxGeometry relative="1" as="geometry">
            <mxPoint x="382.333" y="490" as="sourcePoint"/>
            <mxPoint x="384.333" y="488.667" as="targetPoint"/>
          </mxGeometry>
        </mxCell>
        <mxCell id="freedraw96" value="" style="endArrow=none;startArrow=none;html=1;rounded=0;curved=0;strokeColor=#1e1e1e;strokeWidth=1.000000;" edge="1" parent="1">
          <mxGeometry relative="1" as="geometry">
            <mxPoint x="384.333" y="488.667" as="sourcePoint"/>
            <mxPoint x="384.333" y="487.333" as="targetPoint"/>
          </mxGeometry>
        </mxCell>
        <mxCell id="freedraw97" value="" style="endArrow=none;startArrow=none;html=1;rounded=0;curved=0;strokeColor=#1e1e1e;strokeWidth=1.000000;" edge="1" parent="1">
          <mxGeometry relative="1" as="geometry">
            <mxPoint x="384.333" y="487.333" as="sourcePoint"/>
            <mxPoint x="385" y="487.333" as="targetPoint"/>
          </mxGeometry>
        </mxCell>
        <mxCell id="freedraw98" value="" style="endArrow=none;startArrow=none;html=1;rounded=0;curved=0;strokeColor=#1e1e1e;strokeWidth=1.000000;" edge="1" parent="1">
          <mxGeometry relative="1" as="geometry">
            <mxPoint x="385" y="487.333" as="sourcePoint"/>
            <mxPoint x="385.667" y="487.333" as="targetPoint"/>
          </mxGeometry>
        </mxCell>
        <mxCell id="freedraw99" value="" style="endArrow=none;startArrow=none;html=1;rounded=0;curved=0;strokeColor=#1e1e1e;strokeWidth=1.000000;" edge="1" parent="1">
          <mxGeometry relative="1" as="geometry">
            <mxPoint x="385.667" y="487.333" as="sourcePoint"/>
            <mxPoint x="386.333" y="487.333" as="targetPoint"/>
          </mxGeometry>
        </mxCell>
        <mxCell id="freedraw100" value="" style="endArrow=none;startArrow=none;html=1;rounded=0;curved=0;strokeColor=#1e1e1e;strokeWidth=1.000000;" edge="1" parent="1">
          <mxGeometry relative="1" as="geometry">
            <mxPoint x="386.333" y="487.333" as="sourcePoint"/>
            <mxPoint x="387.667" y="487.333" as="targetPoint"/>
          </mxGeometry>
        </mxCell>
        <mxCell id="freedraw101" value="" style="endArrow=none;startArrow=none;html=1;rounded=0;curved=0;strokeColor=#1e1e1e;strokeWidth=1.000000;" edge="1" parent="1">
          <mxGeometry relative="1" as="geometry">
            <mxPoint x="387.667" y="487.333" as="sourcePoint"/>
            <mxPoint x="388.333" y="486.667" as="targetPoint"/>
          </mxGeometry>
        </mxCell>
        <mxCell id="freedraw102" value="" style="endArrow=none;startArrow=none;html=1;rounded=0;curved=0;strokeColor=#1e1e1e;strokeWidth=1.000000;" edge="1" parent="1">
          <mxGeometry relative="1" as="geometry">
            <mxPoint x="388.333" y="486.667" as="sourcePoint"/>
            <mxPoint x="389" y="486.667" as="targetPoint"/>
          </mxGeometry>
        </mxCell>
        <mxCell id="freedraw103" value="" style="endArrow=none;startArrow=none;html=1;rounded=0;curved=0;strokeColor=#1e1e1e;strokeWidth=1.000000;" edge="1" parent="1">
          <mxGeometry relative="1" as="geometry">
            <mxPoint x="389" y="486.667" as="sourcePoint"/>
            <mxPoint x="389.667" y="486.667" as="targetPoint"/>
          </mxGeometry>
        </mxCell>
        <mxCell id="freedraw104" value="" style="endArrow=none;startArrow=none;html=1;rounded=0;curved=0;strokeColor=#1e1e1e;strokeWidth=1.000000;" edge="1" parent="1">
          <mxGeometry relative="1" as="geometry">
            <mxPoint x="389.667" y="486.667" as="sourcePoint"/>
            <mxPoint x="390.333" y="486.667" as="targetPoint"/>
          </mxGeometry>
        </mxCell>
        <mxCell id="freedraw105" value="" style="endArrow=none;startArrow=none;html=1;rounded=0;curved=0;strokeColor=#1e1e1e;strokeWidth=1.000000;" edge="1" parent="1">
          <mxGeometry relative="1" as="geometry">
            <mxPoint x="390.333" y="486.667" as="sourcePoint"/>
            <mxPoint x="391.667" y="487.333" as="targetPoint"/>
          </mxGeometry>
        </mxCell>
        <mxCell id="freedraw106" value="" style="endArrow=none;startArrow=none;html=1;rounded=0;curved=0;strokeColor=#1e1e1e;strokeWidth=1.000000;" edge="1" parent="1">
          <mxGeometry relative="1" as="geometry">
            <mxPoint x="391.667" y="487.333" as="sourcePoint"/>
            <mxPoint x="392.333" y="490" as="targetPoint"/>
          </mxGeometry>
        </mxCell>
        <mxCell id="freedraw107" value="" style="endArrow=none;startArrow=none;html=1;rounded=0;curved=0;strokeColor=#1e1e1e;strokeWidth=1.000000;" edge="1" parent="1">
          <mxGeometry relative="1" as="geometry">
            <mxPoint x="392.333" y="490" as="sourcePoint"/>
            <mxPoint x="393.667" y="493.333" as="targetPoint"/>
          </mxGeometry>
        </mxCell>
        <mxCell id="freedraw108" value="" style="endArrow=none;startArrow=none;html=1;rounded=0;curved=0;strokeColor=#1e1e1e;strokeWidth=1.000000;" edge="1" parent="1">
          <mxGeometry relative="1" as="geometry">
            <mxPoint x="393.667" y="493.333" as="sourcePoint"/>
            <mxPoint x="394.333" y="494.667" as="targetPoint"/>
          </mxGeometry>
        </mxCell>
        <mxCell id="freedraw109" value="" style="endArrow=none;startArrow=none;html=1;rounded=0;curved=0;strokeColor=#1e1e1e;strokeWidth=1.000000;" edge="1" parent="1">
          <mxGeometry relative="1" as="geometry">
            <mxPoint x="394.333" y="494.667" as="sourcePoint"/>
            <mxPoint x="394.333" y="496.667" as="targetPoint"/>
          </mxGeometry>
        </mxCell>
        <mxCell id="freedraw110" value="" style="endArrow=none;startArrow=none;html=1;rounded=0;curved=0;strokeColor=#1e1e1e;strokeWidth=1.000000;" edge="1" parent="1">
          <mxGeometry relative="1" as="geometry">
            <mxPoint x="394.333" y="496.667" as="sourcePoint"/>
            <mxPoint x="395" y="498" as="targetPoint"/>
          </mxGeometry>
        </mxCell>
        <mxCell id="freedraw111" value="" style="endArrow=none;startArrow=none;html=1;rounded=0;curved=0;strokeColor=#1e1e1e;strokeWidth=1.000000;" edge="1" parent="1">
          <mxGeometry relative="1" as="geometry">
            <mxPoint x="395" y="498" as="sourcePoint"/>
            <mxPoint x="395" y="498" as="targetPoint"/>
          </mxGeometry>
        </mxCell>
        <mxCell id="freedraw112" value="" style="endArrow=none;startArrow=none;html=1;rounded=0;curved=0;strokeColor=#1e1e1e;strokeWidth=1.000000;" edge="1" parent="1">
          <mxGeometry relative="1" as="geometry">
            <mxPoint x="363" y="513.333" as="sourcePoint"/>
            <mxPoint x="363" y="514" as="targetPoint"/>
          </mxGeometry>
        </mxCell>
        <mxCell id="freedraw113" value="" style="endArrow=none;startArrow=none;html=1;rounded=0;curved=0;strokeColor=#1e1e1e;strokeWidth=1.000000;" edge="1" parent="1">
          <mxGeometry relative="1" as="geometry">
            <mxPoint x="363" y="514" as="sourcePoint"/>
            <mxPoint x="364.333" y="515.333" as="targetPoint"/>
          </mxGeometry>
        </mxCell>
        <mxCell id="freedraw114" value="" style="endArrow=none;startArrow=none;html=1;rounded=0;curved=0;strokeColor=#1e1e1e;strokeWidth=1.000000;" edge="1" parent="1">
          <mxGeometry relative="1" as="geometry">
            <mxPoint x="364.333" y="515.333" as="sourcePoint"/>
            <mxPoint x="365.667" y="518.667" as="targetPoint"/>
          </mxGeometry>
        </mxCell>
        <mxCell id="freedraw115" value="" style="endArrow=none;startArrow=none;html=1;rounded=0;curved=0;strokeColor=#1e1e1e;strokeWidth=1.000000;" edge="1" parent="1">
          <mxGeometry relative="1" as="geometry">
            <mxPoint x="365.667" y="518.667" as="sourcePoint"/>
            <mxPoint x="369" y="521.333" as="targetPoint"/>
          </mxGeometry>
        </mxCell>
        <mxCell id="freedraw116" value="" style="endArrow=none;startArrow=none;html=1;rounded=0;curved=0;strokeColor=#1e1e1e;strokeWidth=1.000000;" edge="1" parent="1">
          <mxGeometry relative="1" as="geometry">
            <mxPoint x="369" y="521.333" as="sourcePoint"/>
            <mxPoint x="371" y="524.667" as="targetPoint"/>
          </mxGeometry>
        </mxCell>
        <mxCell id="freedraw117" value="" style="endArrow=none;startArrow=none;html=1;rounded=0;curved=0;strokeColor=#1e1e1e;strokeWidth=1.000000;" edge="1" parent="1">
          <mxGeometry relative="1" as="geometry">
            <mxPoint x="371" y="524.667" as="sourcePoint"/>
            <mxPoint x="372.333" y="526.667" as="targetPoint"/>
          </mxGeometry>
        </mxCell>
        <mxCell id="freedraw118" value="" style="endArrow=none;startArrow=none;html=1;rounded=0;curved=0;strokeColor=#1e1e1e;strokeWidth=1.000000;" edge="1" parent="1">
          <mxGeometry relative="1" as="geometry">
            <mxPoint x="372.333" y="526.667" as="sourcePoint"/>
            <mxPoint x="373.667" y="528" as="targetPoint"/>
          </mxGeometry>
        </mxCell>
        <mxCell id="freedraw119" value="" style="endArrow=none;startArrow=none;html=1;rounded=0;curved=0;strokeColor=#1e1e1e;strokeWidth=1.000000;" edge="1" parent="1">
          <mxGeometry relative="1" as="geometry">
            <mxPoint x="373.667" y="528" as="sourcePoint"/>
            <mxPoint x="374.333" y="528" as="targetPoint"/>
          </mxGeometry>
        </mxCell>
        <mxCell id="freedraw120" value="" style="endArrow=none;startArrow=none;html=1;rounded=0;curved=0;strokeColor=#1e1e1e;strokeWidth=1.000000;" edge="1" parent="1">
          <mxGeometry relative="1" as="geometry">
            <mxPoint x="374.333" y="528" as="sourcePoint"/>
            <mxPoint x="375" y="528.667" as="targetPoint"/>
          </mxGeometry>
        </mxCell>
        <mxCell id="freedraw121" value="" style="endArrow=none;startArrow=none;html=1;rounded=0;curved=0;strokeColor=#1e1e1e;strokeWidth=1.000000;" edge="1" parent="1">
          <mxGeometry relative="1" as="geometry">
            <mxPoint x="375" y="528.667" as="sourcePoint"/>
            <mxPoint x="375.667" y="528.667" as="targetPoint"/>
          </mxGeometry>
        </mxCell>
        <mxCell id="freedraw122" value="" style="endArrow=none;startArrow=none;html=1;rounded=0;curved=0;strokeColor=#1e1e1e;strokeWidth=1.000000;" edge="1" parent="1">
          <mxGeometry relative="1" as="geometry">
            <mxPoint x="375.667" y="528.667" as="sourcePoint"/>
            <mxPoint x="376.333" y="528.667" as="targetPoint"/>
          </mxGeometry>
        </mxCell>
        <mxCell id="freedraw123" value="" style="endArrow=none;startArrow=none;html=1;rounded=0;curved=0;strokeColor=#1e1e1e;strokeWidth=1.000000;" edge="1" parent="1">
          <mxGeometry relative="1" as="geometry">
            <mxPoint x="376.333" y="528.667" as="sourcePoint"/>
            <mxPoint x="377.667" y="526" as="targetPoint"/>
          </mxGeometry>
        </mxCell>
        <mxCell id="freedraw124" value="" style="endArrow=none;startArrow=none;html=1;rounded=0;curved=0;strokeColor=#1e1e1e;strokeWidth=1.000000;" edge="1" parent="1">
          <mxGeometry relative="1" as="geometry">
            <mxPoint x="377.667" y="526" as="sourcePoint"/>
            <mxPoint x="379" y="520.667" as="targetPoint"/>
          </mxGeometry>
        </mxCell>
        <mxCell id="freedraw125" value="" style="endArrow=none;startArrow=none;html=1;rounded=0;curved=0;strokeColor=#1e1e1e;strokeWidth=1.000000;" edge="1" parent="1">
          <mxGeometry relative="1" as="geometry">
            <mxPoint x="379" y="520.667" as="sourcePoint"/>
            <mxPoint x="381" y="516" as="targetPoint"/>
          </mxGeometry>
        </mxCell>
        <mxCell id="freedraw126" value="" style="endArrow=none;startArrow=none;html=1;rounded=0;curved=0;strokeColor=#1e1e1e;strokeWidth=1.000000;" edge="1" parent="1">
          <mxGeometry relative="1" as="geometry">
            <mxPoint x="381" y="516" as="sourcePoint"/>
            <mxPoint x="382.333" y="513.333" as="targetPoint"/>
          </mxGeometry>
        </mxCell>
        <mxCell id="freedraw127" value="" style="endArrow=none;startArrow=none;html=1;rounded=0;curved=0;strokeColor=#1e1e1e;strokeWidth=1.000000;" edge="1" parent="1">
          <mxGeometry relative="1" as="geometry">
            <mxPoint x="382.333" y="513.333" as="sourcePoint"/>
            <mxPoint x="383" y="512.667" as="targetPoint"/>
          </mxGeometry>
        </mxCell>
        <mxCell id="freedraw128" value="" style="endArrow=none;startArrow=none;html=1;rounded=0;curved=0;strokeColor=#1e1e1e;strokeWidth=1.000000;" edge="1" parent="1">
          <mxGeometry relative="1" as="geometry">
            <mxPoint x="383" y="512.667" as="sourcePoint"/>
            <mxPoint x="383.667" y="512.667" as="targetPoint"/>
          </mxGeometry>
        </mxCell>
        <mxCell id="freedraw129" value="" style="endArrow=none;startArrow=none;html=1;rounded=0;curved=0;strokeColor=#1e1e1e;strokeWidth=1.000000;" edge="1" parent="1">
          <mxGeometry relative="1" as="geometry">
            <mxPoint x="383.667" y="512.667" as="sourcePoint"/>
            <mxPoint x="383.667" y="512.667" as="targetPoint"/>
          </mxGeometry>
        </mxCell>
      </root>
    </mxGraphModel>
  </diagram>
</mxfile>
